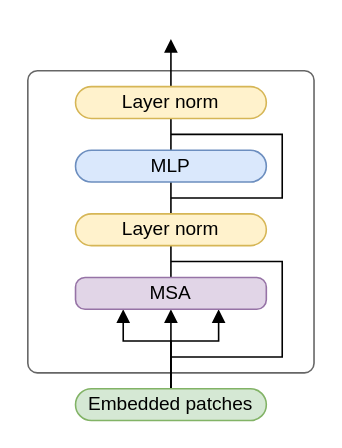
Before: presentation/figures/postnorm.drawio in serpest/MultiStageKeywordSpotting, a draw.io diagram. Source tidied: cells renumbered, new cells numbered last; positions are measured from the earlier drawing's top-left corner, leaving out a move shared by most shapes. Both pictures are drawn from the tidied source at 159%, with x=0, y=0 at pixel (27, 38).
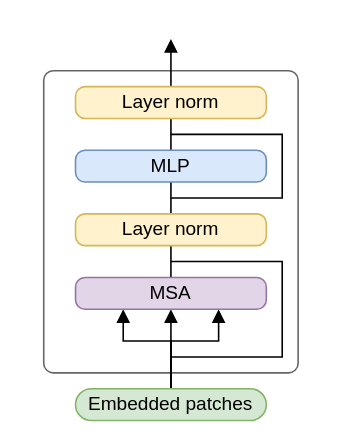
After the change.

Diff of the diagram source:
```diff
@@
     <mxCell id="2" style="rounded=1;whiteSpace=wrap;html=1;fillColor=none;fontColor=#333333;strokeColor=#666666;arcSize=12;absoluteArcSize=1;" parent="1" vertex="1">
-      <mxGeometry y="20" width="180" height="190" as="geometry" />
+      <mxGeometry x="10" y="20" width="160" height="190" as="geometry" />
     </mxCell>
@@
-    <mxCell id="12" value="&lt;span style=&quot;color: rgb(0, 0, 0);&quot;&gt;Layer norm&lt;/span&gt;" style="rounded=1;whiteSpace=wrap;html=1;fillColor=#fff2cc;strokeColor=#d6b656;absoluteArcSize=1;" parent="1" vertex="1">
+    <mxCell id="12" value="&lt;span style=&quot;color: rgb(0, 0, 0);&quot;&gt;Layer norm&lt;/span&gt;" style="rounded=1;whiteSpace=wrap;html=1;fillColor=#fff2cc;strokeColor=#d6b656;absoluteArcSize=1;align=center;verticalAlign=middle;arcSize=12;fontFamily=Helvetica;fontSize=12;" parent="1" vertex="1">
       <mxGeometry x="30" y="110" width="120" height="20" as="geometry" />
     </mxCell>
@@
-    <mxCell id="14" value="MLP" style="rounded=1;whiteSpace=wrap;html=1;fillColor=#dae8fc;strokeColor=#6c8ebf;absoluteArcSize=1;" parent="1" vertex="1">
+    <mxCell id="14" value="MLP" style="rounded=1;whiteSpace=wrap;html=1;fillColor=#dae8fc;strokeColor=#6c8ebf;absoluteArcSize=1;align=center;verticalAlign=middle;arcSize=12;fontFamily=Helvetica;fontSize=12;" parent="1" vertex="1">
       <mxGeometry x="30" y="70" width="120" height="20" as="geometry" />
     </mxCell>
@@
-    <mxCell id="16" value="Layer norm" style="rounded=1;whiteSpace=wrap;html=1;fillColor=#fff2cc;strokeColor=#d6b656;absoluteArcSize=1;" parent="1" vertex="1">
+    <mxCell id="16" value="Layer norm" style="rounded=1;whiteSpace=wrap;html=1;fillColor=#fff2cc;strokeColor=#d6b656;absoluteArcSize=1;align=center;verticalAlign=middle;arcSize=12;fontFamily=Helvetica;fontSize=12;" parent="1" vertex="1">
       <mxGeometry x="30" y="30" width="120" height="20" as="geometry" />
     </mxCell>
```
